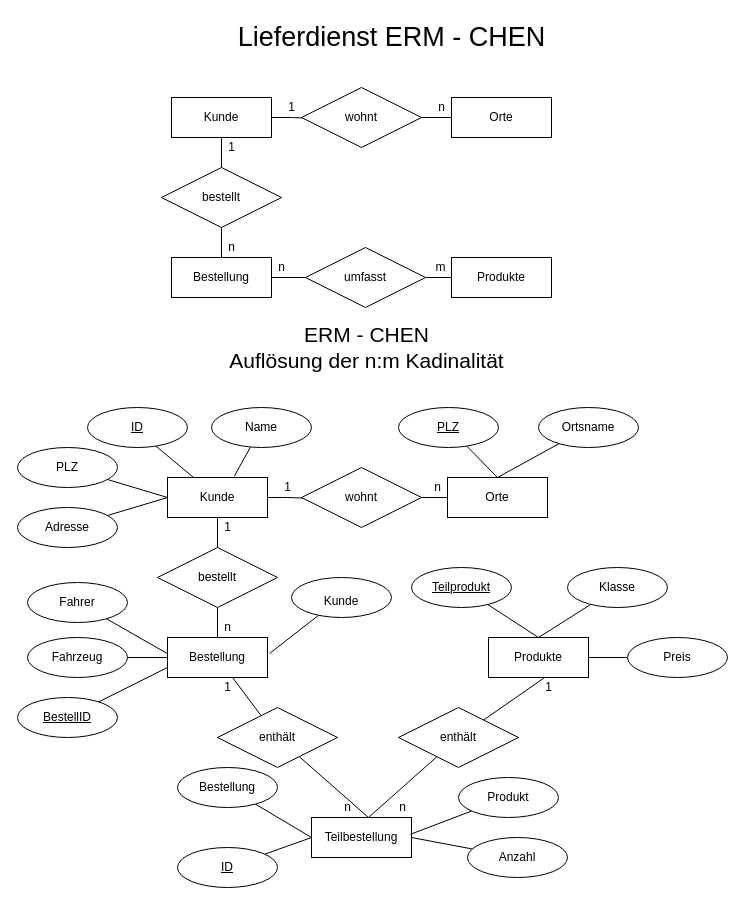
This is page "Page-1" (1 of 2) of Lieferdienst.drawio from Moerle67/Datenbanken, a draw.io file, before an edit. Source tidied: cells renumbered, new cells numbered last; positions are measured from the earlier drawing's top-left corner, leaving out a move shared by most shapes. Both pictures are drawn from the tidied source at 100%, with x=0, y=0 at pixel (17, 17).
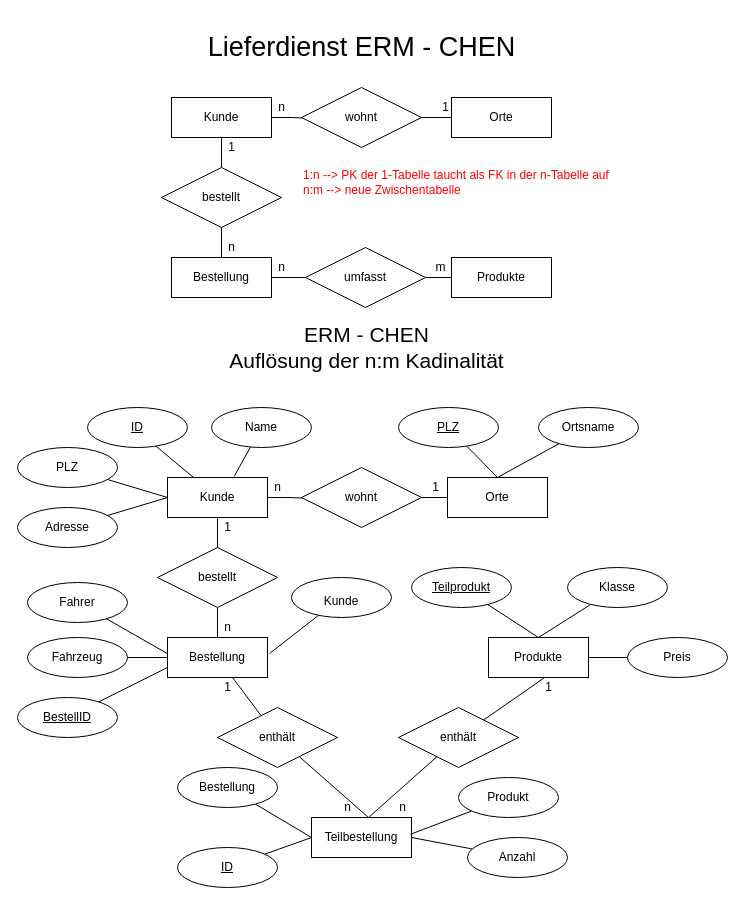
The same page after the edit.

Diff of the diagram source:
```diff
@@
     <mxCell id="10" value="1" style="text;html=1;align=center;verticalAlign=middle;strokeColor=none;" parent="1" vertex="1">
-      <mxGeometry x="264" y="80" width="20" height="20" as="geometry" />
+      <mxGeometry x="418" y="80" width="20" height="20" as="geometry" />
     </mxCell>
     <mxCell id="11" value="n" style="text;html=1;align=center;verticalAlign=middle;strokeColor=none;" parent="1" vertex="1">
-      <mxGeometry x="414" y="80" width="20" height="20" as="geometry" />
+      <mxGeometry x="254" y="80" width="20" height="20" as="geometry" />
     </mxCell>
@@
     <mxCell id="21" value="Lieferdienst ERM - CHEN" style="text;html=1;align=center;verticalAlign=middle;strokeColor=none;fontSize=27;" parent="1" vertex="1">
-      <mxGeometry x="214" width="320" height="40" as="geometry" />
+      <mxGeometry x="184" y="10" width="320" height="40" as="geometry" />
     </mxCell>
@@
     <mxCell id="32" value="1" style="text;html=1;align=center;verticalAlign=middle;strokeColor=none;" parent="1" vertex="1">
-      <mxGeometry x="260" y="460" width="20" height="20" as="geometry" />
+      <mxGeometry x="408" y="460" width="20" height="20" as="geometry" />
     </mxCell>
     <mxCell id="33" value="n" style="text;html=1;align=center;verticalAlign=middle;strokeColor=none;" parent="1" vertex="1">
-      <mxGeometry x="410" y="460" width="20" height="20" as="geometry" />
+      <mxGeometry x="250" y="460" width="20" height="20" as="geometry" />
     </mxCell>
@@
+    <mxCell id="82" value="&lt;font color=&quot;#ff0000&quot;&gt;1:n --&amp;gt; PK der 1-Tabelle taucht als FK in der n-Tabelle auf&lt;br&gt;n:m --&amp;gt; neue Zwischentabelle&lt;/font&gt;" style="text;html=1;align=left;verticalAlign=middle;strokeColor=none;" parent="1" vertex="1">
+      <mxGeometry x="284" y="150" width="320" height="30" as="geometry" />
+    </mxCell>
```
